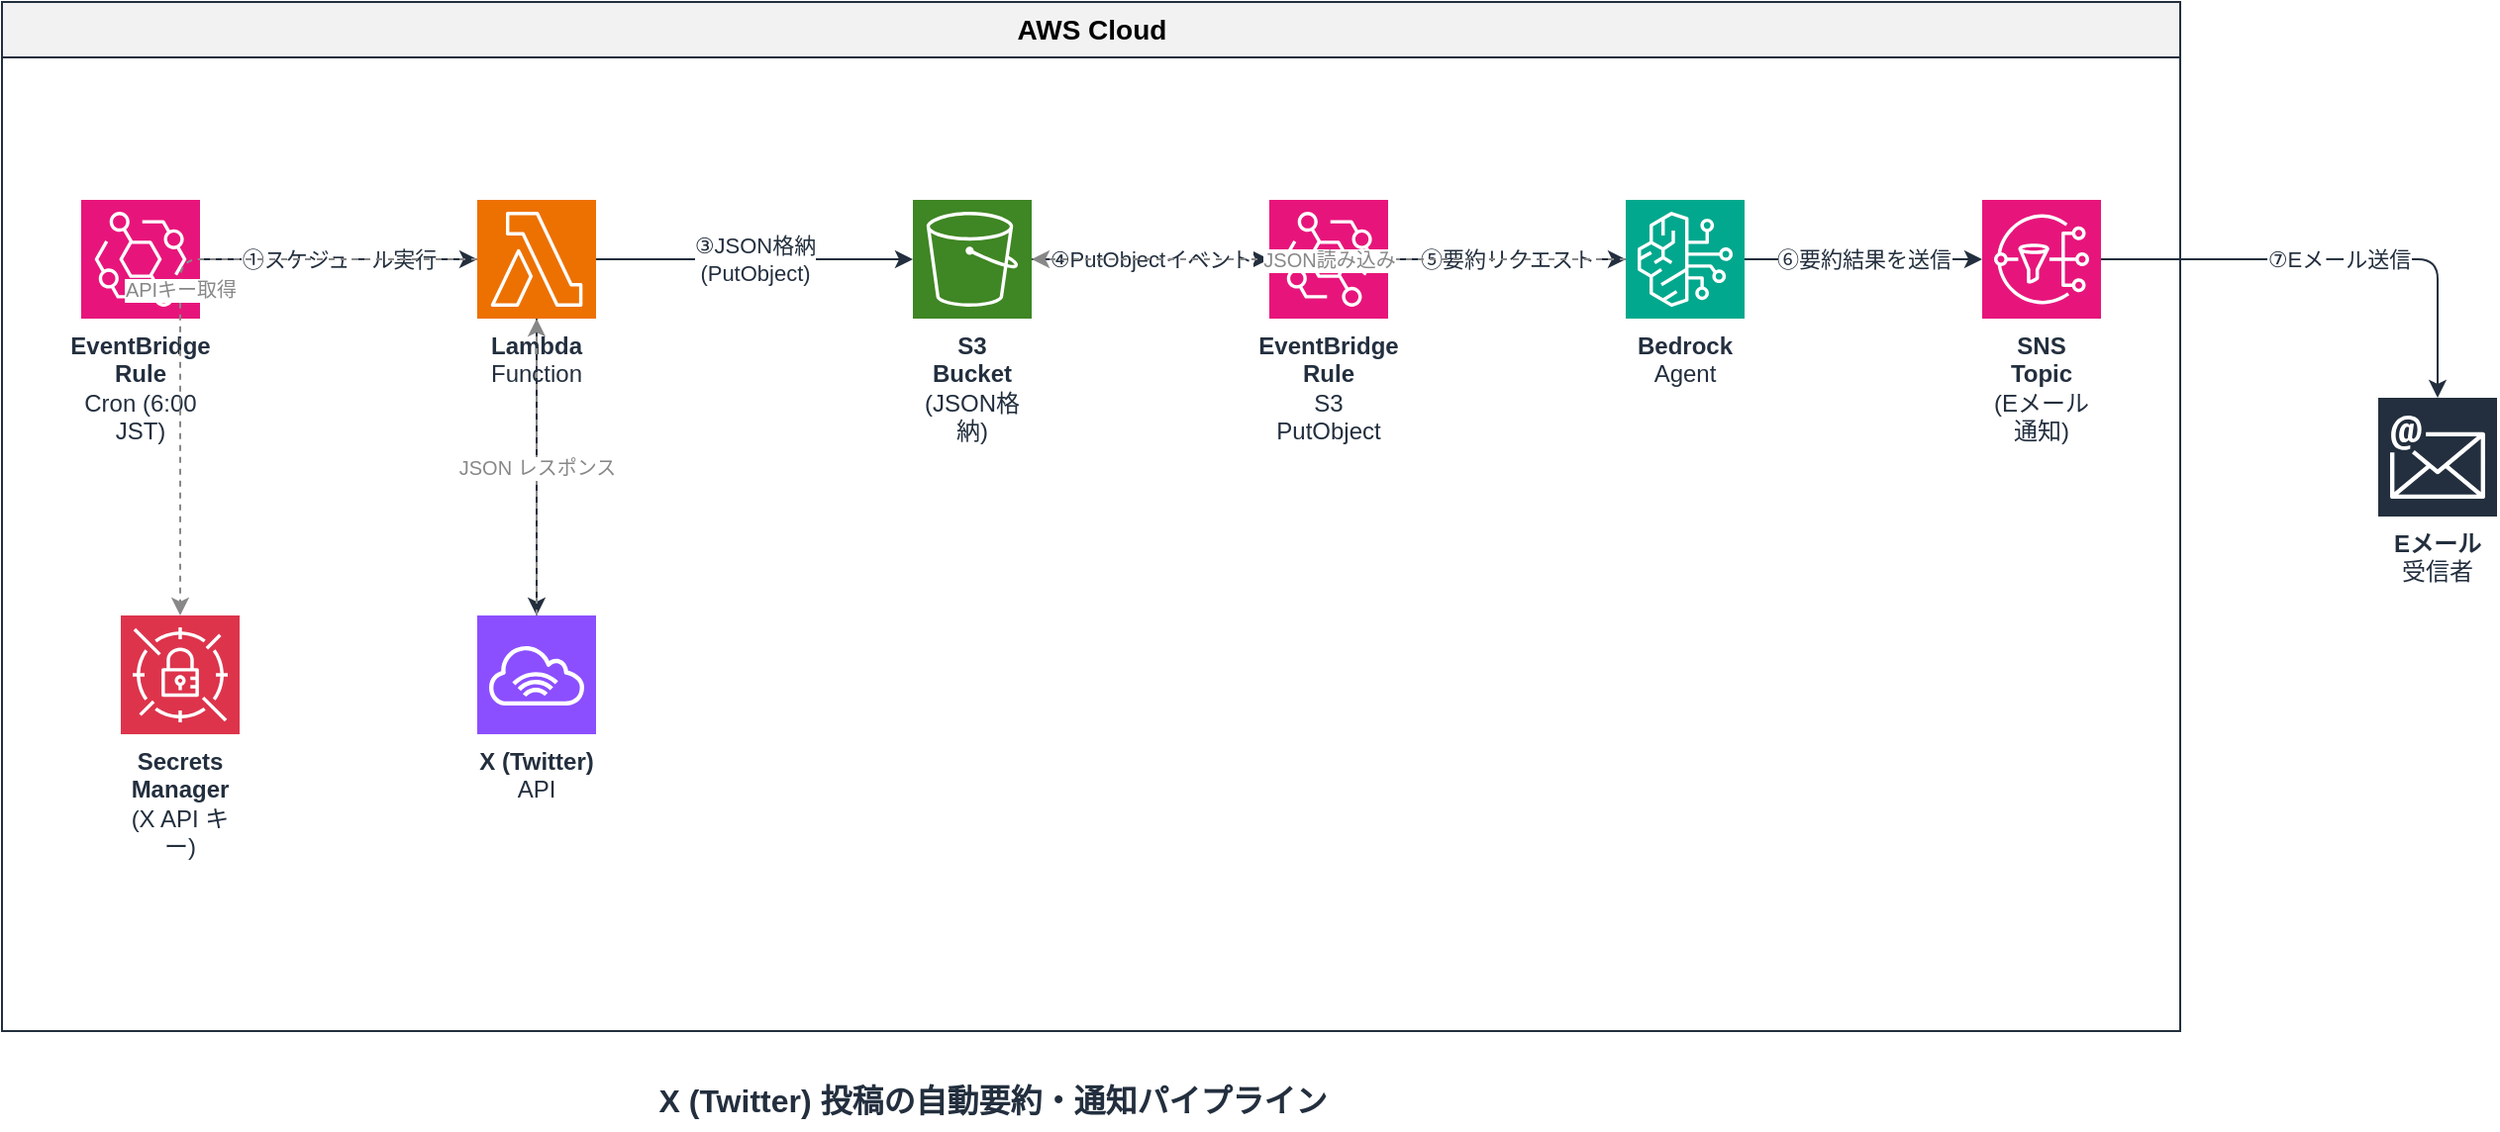
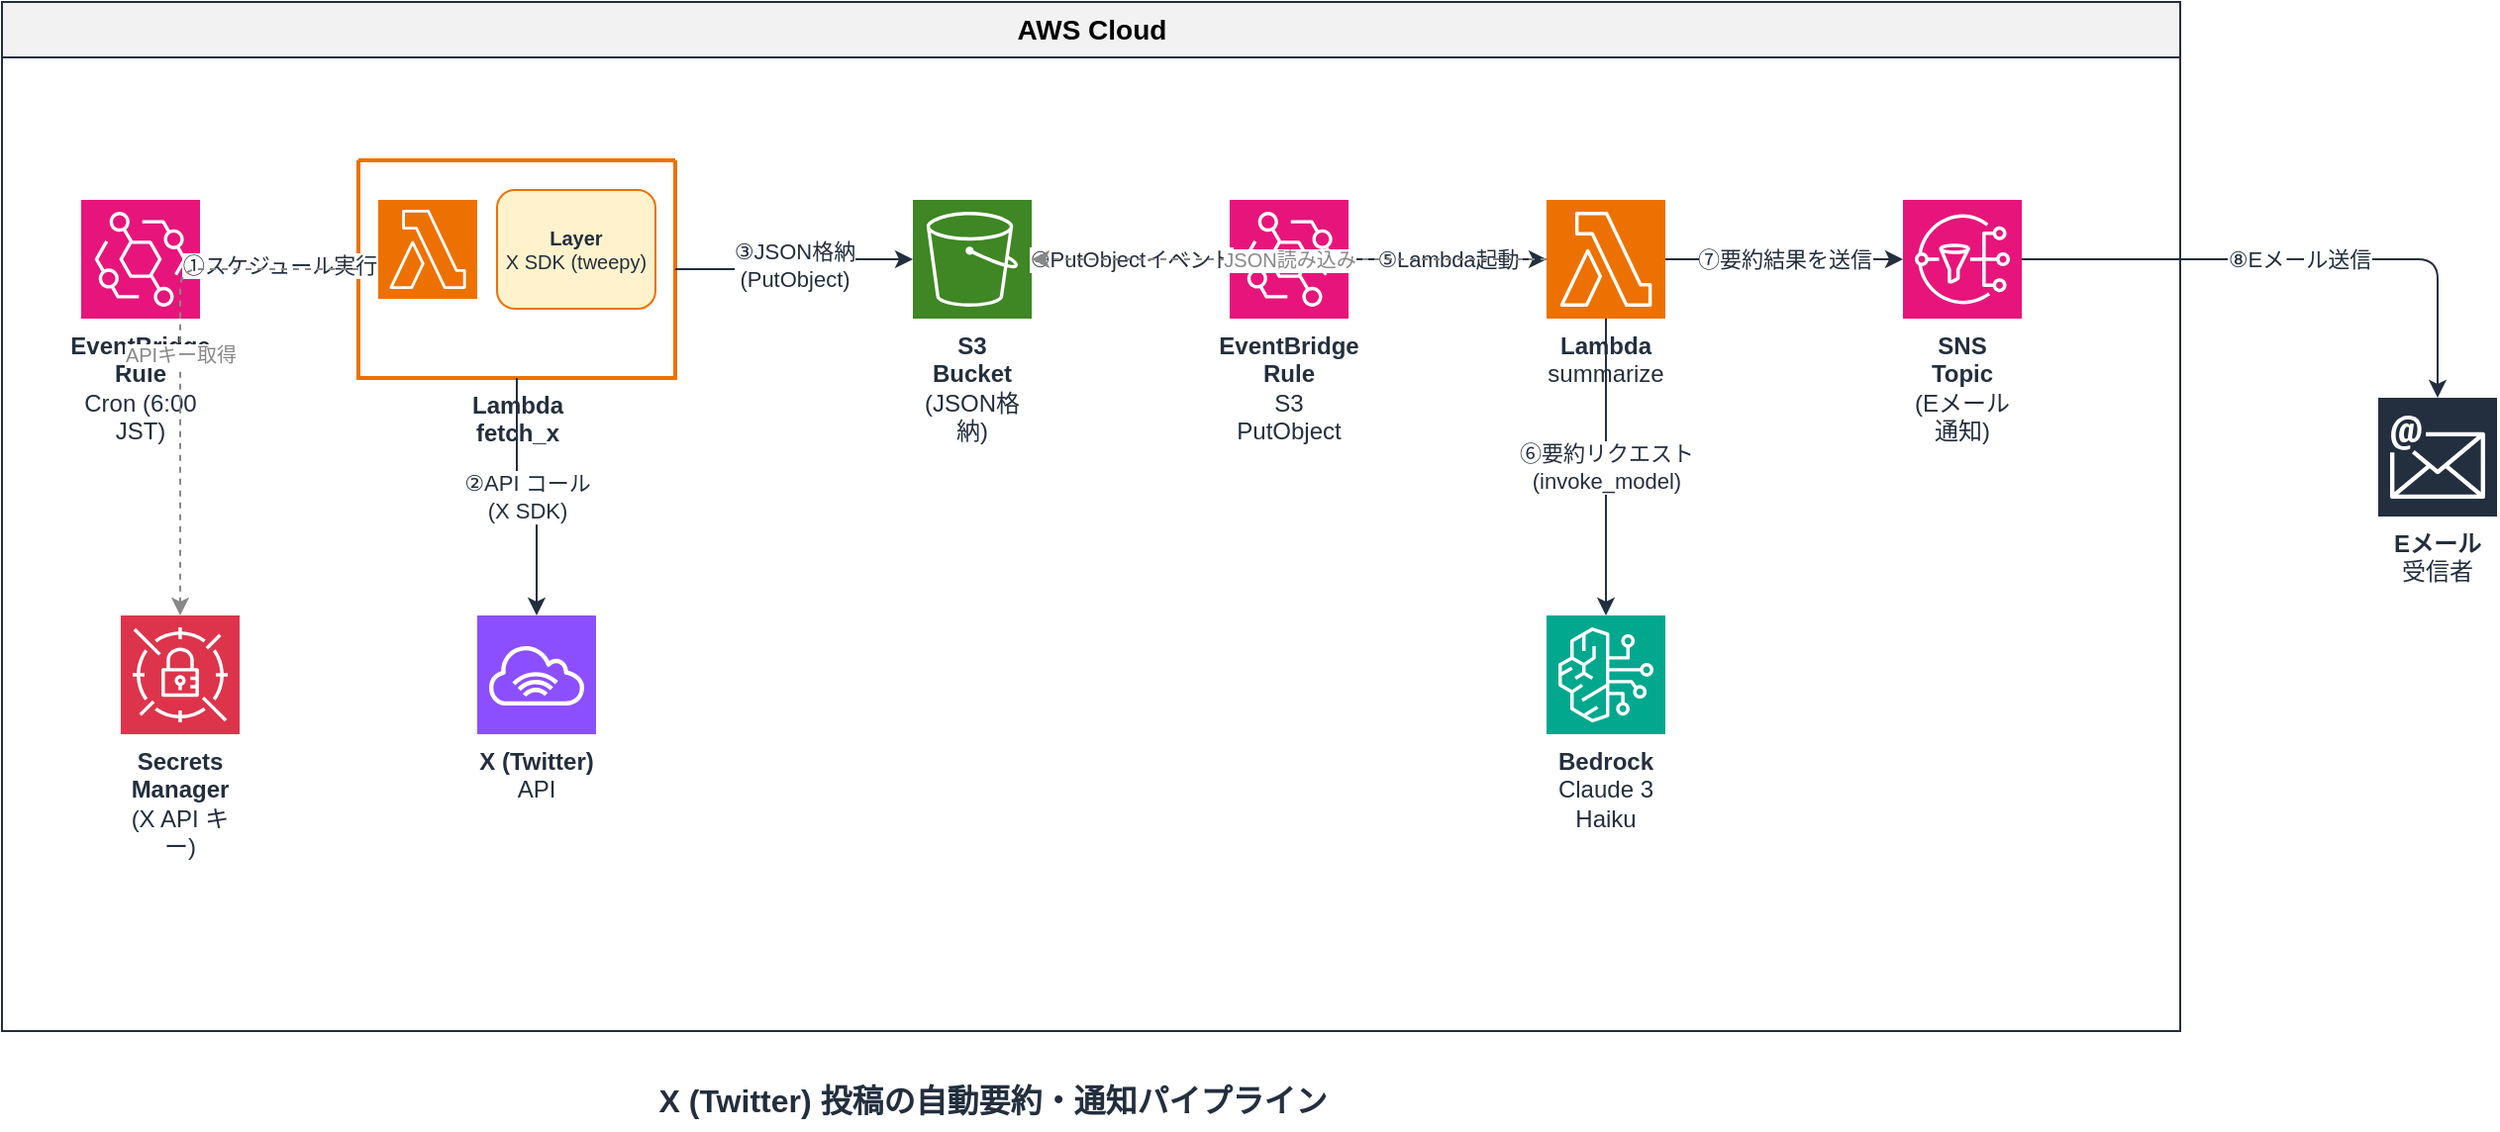
<mxfile host="app.diagrams.net" agent="Kiro" version="26.0.0">
  <diagram name="X投稿自動要約パイプライン" id="pipeline">
    <mxGraphModel dx="1422" dy="762" grid="1" gridSize="10" guides="1" tooltips="1" connect="1" arrows="1" fold="1" page="1" pageScale="1" pageWidth="1600" pageHeight="900" math="0" shadow="0">
      <root>
        <mxCell id="0"/>
        <mxCell id="1" parent="0"/>

        <mxCell id="cloud" value="AWS Cloud" style="swimlane;startSize=28;fillColor=#F2F2F2;strokeColor=#232F3E;fontStyle=1;fontSize=14;html=1;" vertex="1" parent="1">
          <mxGeometry x="80" y="20" width="1100" height="520" as="geometry"/>
        </mxCell>

        <mxCell id="eb1" value="&lt;b&gt;EventBridge Rule&lt;/b&gt;&lt;br&gt;Cron (6:00 JST)" style="shape=mxgraph.aws4.resourceIcon;resIcon=mxgraph.aws4.eventbridge;fillColor=#E7157B;strokeColor=#ffffff;fontColor=#232F3E;whiteSpace=wrap;html=1;labelPosition=center;verticalLabelPosition=bottom;align=center;verticalAlign=top;" vertex="1" parent="cloud">
          <mxGeometry x="40" y="100" width="60" height="60" as="geometry"/>
        </mxCell>

-         <mxCell id="lambda" value="&lt;b&gt;Lambda&lt;/b&gt;&lt;br&gt;Function" style="shape=mxgraph.aws4.resourceIcon;resIcon=mxgraph.aws4.lambda;fillColor=#ED7100;strokeColor=#ffffff;fontColor=#232F3E;whiteSpace=wrap;html=1;labelPosition=center;verticalLabelPosition=bottom;align=center;verticalAlign=top;" vertex="1" parent="cloud">
-           <mxGeometry x="240" y="100" width="60" height="60" as="geometry"/>
+         <mxCell id="fetch_group" value="&lt;b&gt;Lambda&lt;/b&gt;&lt;br&gt;fetch_x" style="swimlane;startSize=0;fillColor=none;strokeColor=#ED7100;strokeWidth=2;rounded=1;arcSize=8;html=1;labelPosition=center;verticalLabelPosition=bottom;align=center;verticalAlign=top;fontColor=#232F3E;container=1;collapsible=0;" vertex="1" parent="cloud">
+           <mxGeometry x="180" y="80" width="160" height="110" as="geometry"/>
+         </mxCell>
+ 
+         <mxCell id="lambda1" value="" style="shape=mxgraph.aws4.resourceIcon;resIcon=mxgraph.aws4.lambda;fillColor=#ED7100;strokeColor=#ffffff;html=1;" vertex="1" parent="fetch_group">
+           <mxGeometry x="10" y="20" width="50" height="50" as="geometry"/>
+         </mxCell>
+ 
+         <mxCell id="layer1" value="&lt;b&gt;Layer&lt;/b&gt;&lt;br&gt;X SDK (tweepy)" style="rounded=1;whiteSpace=wrap;html=1;fillColor=#FFF2CC;strokeColor=#ED7100;fontSize=10;fontColor=#232F3E;" vertex="1" parent="fetch_group">
+           <mxGeometry x="70" y="15" width="80" height="60" as="geometry"/>
        </mxCell>

        <mxCell id="xapi" value="&lt;b&gt;X (Twitter)&lt;/b&gt;&lt;br&gt;API" style="shape=mxgraph.aws4.resourceIcon;resIcon=mxgraph.aws4.internet_alt1;fillColor=#8C4FFF;strokeColor=#ffffff;fontColor=#232F3E;whiteSpace=wrap;html=1;labelPosition=center;verticalLabelPosition=bottom;align=center;verticalAlign=top;" vertex="1" parent="cloud">
          <mxGeometry x="240" y="310" width="60" height="60" as="geometry"/>
        </mxCell>

        <mxCell id="sm" value="&lt;b&gt;Secrets Manager&lt;/b&gt;&lt;br&gt;(X API キー)" style="shape=mxgraph.aws4.resourceIcon;resIcon=mxgraph.aws4.secrets_manager;fillColor=#DD344C;strokeColor=#ffffff;fontColor=#232F3E;whiteSpace=wrap;html=1;labelPosition=center;verticalLabelPosition=bottom;align=center;verticalAlign=top;" vertex="1" parent="cloud">
          <mxGeometry x="60" y="310" width="60" height="60" as="geometry"/>
        </mxCell>

        <mxCell id="s3" value="&lt;b&gt;S3 Bucket&lt;/b&gt;&lt;br&gt;(JSON格納)" style="shape=mxgraph.aws4.resourceIcon;resIcon=mxgraph.aws4.s3;fillColor=#3F8624;strokeColor=#ffffff;fontColor=#232F3E;whiteSpace=wrap;html=1;labelPosition=center;verticalLabelPosition=bottom;align=center;verticalAlign=top;" vertex="1" parent="cloud">
          <mxGeometry x="460" y="100" width="60" height="60" as="geometry"/>
        </mxCell>

        <mxCell id="eb2" value="&lt;b&gt;EventBridge Rule&lt;/b&gt;&lt;br&gt;S3 PutObject" style="shape=mxgraph.aws4.resourceIcon;resIcon=mxgraph.aws4.eventbridge;fillColor=#E7157B;strokeColor=#ffffff;fontColor=#232F3E;whiteSpace=wrap;html=1;labelPosition=center;verticalLabelPosition=bottom;align=center;verticalAlign=top;" vertex="1" parent="cloud">
-           <mxGeometry x="640" y="100" width="60" height="60" as="geometry"/>
+           <mxGeometry x="620" y="100" width="60" height="60" as="geometry"/>
        </mxCell>

-         <mxCell id="bedrock" value="&lt;b&gt;Bedrock&lt;/b&gt;&lt;br&gt;Agent" style="shape=mxgraph.aws4.resourceIcon;resIcon=mxgraph.aws4.bedrock;fillColor=#01A88D;strokeColor=#ffffff;fontColor=#232F3E;whiteSpace=wrap;html=1;labelPosition=center;verticalLabelPosition=bottom;align=center;verticalAlign=top;" vertex="1" parent="cloud">
-           <mxGeometry x="820" y="100" width="60" height="60" as="geometry"/>
+         <mxCell id="lambda2" value="&lt;b&gt;Lambda&lt;/b&gt;&lt;br&gt;summarize" style="shape=mxgraph.aws4.resourceIcon;resIcon=mxgraph.aws4.lambda;fillColor=#ED7100;strokeColor=#ffffff;fontColor=#232F3E;whiteSpace=wrap;html=1;labelPosition=center;verticalLabelPosition=bottom;align=center;verticalAlign=top;" vertex="1" parent="cloud">
+           <mxGeometry x="780" y="100" width="60" height="60" as="geometry"/>
+         </mxCell>
+ 
+         <mxCell id="bedrock" value="&lt;b&gt;Bedrock&lt;/b&gt;&lt;br&gt;Claude 3 Haiku" style="shape=mxgraph.aws4.resourceIcon;resIcon=mxgraph.aws4.bedrock;fillColor=#01A88D;strokeColor=#ffffff;fontColor=#232F3E;whiteSpace=wrap;html=1;labelPosition=center;verticalLabelPosition=bottom;align=center;verticalAlign=top;" vertex="1" parent="cloud">
+           <mxGeometry x="780" y="310" width="60" height="60" as="geometry"/>
        </mxCell>

        <mxCell id="sns" value="&lt;b&gt;SNS Topic&lt;/b&gt;&lt;br&gt;(Eメール通知)" style="shape=mxgraph.aws4.resourceIcon;resIcon=mxgraph.aws4.sns;fillColor=#E7157B;strokeColor=#ffffff;fontColor=#232F3E;whiteSpace=wrap;html=1;labelPosition=center;verticalLabelPosition=bottom;align=center;verticalAlign=top;" vertex="1" parent="cloud">
-           <mxGeometry x="1000" y="100" width="60" height="60" as="geometry"/>
+           <mxGeometry x="960" y="100" width="60" height="60" as="geometry"/>
        </mxCell>

        <mxCell id="email" value="&lt;b&gt;Eメール&lt;/b&gt;&lt;br&gt;受信者" style="shape=mxgraph.aws4.resourceIcon;resIcon=mxgraph.aws4.email;fillColor=#232F3E;strokeColor=#ffffff;fontColor=#232F3E;whiteSpace=wrap;html=1;labelPosition=center;verticalLabelPosition=bottom;align=center;verticalAlign=top;" vertex="1" parent="1">
          <mxGeometry x="1280" y="220" width="60" height="60" as="geometry"/>
        </mxCell>

-         <mxCell id="e1" value="①スケジュール実行" style="edgeStyle=orthogonalEdgeStyle;rounded=1;html=1;strokeColor=#232F3E;fontColor=#232F3E;fontSize=11;" edge="1" parent="cloud" source="eb1" target="lambda">
+         <mxCell id="e1" value="&#x2460;&#x30B9;&#x30B1;&#x30B8;&#x30E5;&#x30FC;&#x30EB;&#x5B9F;&#x884C;" style="edgeStyle=orthogonalEdgeStyle;rounded=1;html=1;strokeColor=#232F3E;fontColor=#232F3E;fontSize=11;" edge="1" parent="cloud" source="eb1" target="fetch_group">
          <mxGeometry relative="1" as="geometry"/>
        </mxCell>

-         <mxCell id="e_sm" value="APIキー取得" style="edgeStyle=orthogonalEdgeStyle;rounded=1;html=1;strokeColor=#888888;fontColor=#888888;fontSize=10;dashed=1;" edge="1" parent="cloud" source="lambda" target="sm">
+         <mxCell id="e_sm" value="APIキー取得" style="edgeStyle=orthogonalEdgeStyle;rounded=1;html=1;strokeColor=#888888;fontColor=#888888;fontSize=10;dashed=1;" edge="1" parent="cloud" source="fetch_group" target="sm">
          <mxGeometry relative="1" as="geometry"/>
        </mxCell>

-         <mxCell id="e2" value="②API コール" style="edgeStyle=orthogonalEdgeStyle;rounded=1;html=1;strokeColor=#232F3E;fontColor=#232F3E;fontSize=11;" edge="1" parent="cloud" source="lambda" target="xapi">
+         <mxCell id="e2" value="&#x2461;API &#x30B3;&#x30FC;&#x30EB;&#xa;(X SDK)" style="edgeStyle=orthogonalEdgeStyle;rounded=1;html=1;strokeColor=#232F3E;fontColor=#232F3E;fontSize=11;" edge="1" parent="cloud" source="fetch_group" target="xapi">
          <mxGeometry relative="1" as="geometry"/>
        </mxCell>

-         <mxCell id="e3" value="JSON レスポンス" style="edgeStyle=orthogonalEdgeStyle;rounded=1;html=1;strokeColor=#888888;fontColor=#888888;fontSize=10;dashed=1;" edge="1" parent="cloud" source="xapi" target="lambda">
+         <mxCell id="e4" value="&#x2462;JSON&#x683C;&#x7D0D;&#xa;(PutObject)" style="edgeStyle=orthogonalEdgeStyle;rounded=1;html=1;strokeColor=#232F3E;fontColor=#232F3E;fontSize=11;" edge="1" parent="cloud" source="fetch_group" target="s3">
          <mxGeometry relative="1" as="geometry"/>
        </mxCell>

-         <mxCell id="e4" value="③JSON格納&#xa;(PutObject)" style="edgeStyle=orthogonalEdgeStyle;rounded=1;html=1;strokeColor=#232F3E;fontColor=#232F3E;fontSize=11;" edge="1" parent="cloud" source="lambda" target="s3">
+         <mxCell id="e5" value="&#x2463;PutObject&#x30A4;&#x30D9;&#x30F3;&#x30C8;" style="edgeStyle=orthogonalEdgeStyle;rounded=1;html=1;strokeColor=#232F3E;fontColor=#232F3E;fontSize=11;" edge="1" parent="cloud" source="s3" target="eb2">
          <mxGeometry relative="1" as="geometry"/>
        </mxCell>

-         <mxCell id="e5" value="④PutObjectイベント" style="edgeStyle=orthogonalEdgeStyle;rounded=1;html=1;strokeColor=#232F3E;fontColor=#232F3E;fontSize=11;" edge="1" parent="cloud" source="s3" target="eb2">
+         <mxCell id="e6" value="&#x2464;Lambda&#x8D77;&#x52D5;" style="edgeStyle=orthogonalEdgeStyle;rounded=1;html=1;strokeColor=#232F3E;fontColor=#232F3E;fontSize=11;" edge="1" parent="cloud" source="eb2" target="lambda2">
          <mxGeometry relative="1" as="geometry"/>
        </mxCell>

-         <mxCell id="e6" value="⑤要約リクエスト" style="edgeStyle=orthogonalEdgeStyle;rounded=1;html=1;strokeColor=#232F3E;fontColor=#232F3E;fontSize=11;" edge="1" parent="cloud" source="eb2" target="bedrock">
+         <mxCell id="e_s3read" value="JSON&#x8AAD;&#x307F;&#x8FBC;&#x307F;" style="edgeStyle=orthogonalEdgeStyle;rounded=1;html=1;strokeColor=#888888;fontColor=#888888;fontSize=10;dashed=1;" edge="1" parent="cloud" source="lambda2" target="s3">
          <mxGeometry relative="1" as="geometry"/>
        </mxCell>

-         <mxCell id="e7" value="JSON読み込み" style="edgeStyle=orthogonalEdgeStyle;rounded=1;html=1;strokeColor=#888888;fontColor=#888888;fontSize=10;dashed=1;" edge="1" parent="cloud" source="bedrock" target="s3">
+         <mxCell id="e_bedrock" value="&#x2465;&#x8981;&#x7D04;&#x30EA;&#x30AF;&#x30A8;&#x30B9;&#x30C8;&#xa;(invoke_model)" style="edgeStyle=orthogonalEdgeStyle;rounded=1;html=1;strokeColor=#232F3E;fontColor=#232F3E;fontSize=11;" edge="1" parent="cloud" source="lambda2" target="bedrock">
          <mxGeometry relative="1" as="geometry"/>
        </mxCell>

-         <mxCell id="e8" value="⑥要約結果を送信" style="edgeStyle=orthogonalEdgeStyle;rounded=1;html=1;strokeColor=#232F3E;fontColor=#232F3E;fontSize=11;" edge="1" parent="cloud" source="bedrock" target="sns">
+         <mxCell id="e8" value="&#x2466;&#x8981;&#x7D04;&#x7D50;&#x679C;&#x3092;&#x9001;&#x4FE1;" style="edgeStyle=orthogonalEdgeStyle;rounded=1;html=1;strokeColor=#232F3E;fontColor=#232F3E;fontSize=11;" edge="1" parent="cloud" source="lambda2" target="sns">
          <mxGeometry relative="1" as="geometry"/>
        </mxCell>

-         <mxCell id="e9" value="⑦Eメール送信" style="edgeStyle=orthogonalEdgeStyle;rounded=1;html=1;strokeColor=#232F3E;fontColor=#232F3E;fontSize=11;" edge="1" parent="1" source="sns" target="email">
+         <mxCell id="e9" value="&#x2467;E&#x30E1;&#x30FC;&#x30EB;&#x9001;&#x4FE1;" style="edgeStyle=orthogonalEdgeStyle;rounded=1;html=1;strokeColor=#232F3E;fontColor=#232F3E;fontSize=11;" edge="1" parent="1" source="sns" target="email">
          <mxGeometry relative="1" as="geometry"/>
        </mxCell>

-         <mxCell id="title" value="&lt;font style=&quot;font-size:16px;&quot;&gt;&lt;b&gt;X (Twitter) 投稿の自動要約・通知パイプライン&lt;/b&gt;&lt;/font&gt;" style="text;html=1;align=center;verticalAlign=middle;resizable=0;points=[];autosize=1;strokeColor=none;fillColor=none;fontColor=#232F3E;" vertex="1" parent="1">
+         <mxCell id="title" value="&lt;font style=&quot;font-size:16px;&quot;&gt;&lt;b&gt;X (Twitter) &#x6295;&#x7A3F;&#x306E;&#x81EA;&#x52D5;&#x8981;&#x7D04;&#x30FB;&#x901A;&#x77E5;&#x30D1;&#x30A4;&#x30D7;&#x30E9;&#x30A4;&#x30F3;&lt;/b&gt;&lt;/font&gt;" style="text;html=1;align=center;verticalAlign=middle;resizable=0;points=[];autosize=1;strokeColor=none;fillColor=none;fontColor=#232F3E;" vertex="1" parent="1">
          <mxGeometry x="380" y="560" width="400" height="30" as="geometry"/>
        </mxCell>

      </root>
    </mxGraphModel>
  </diagram>
- </mxfile>+ </mxfile>
